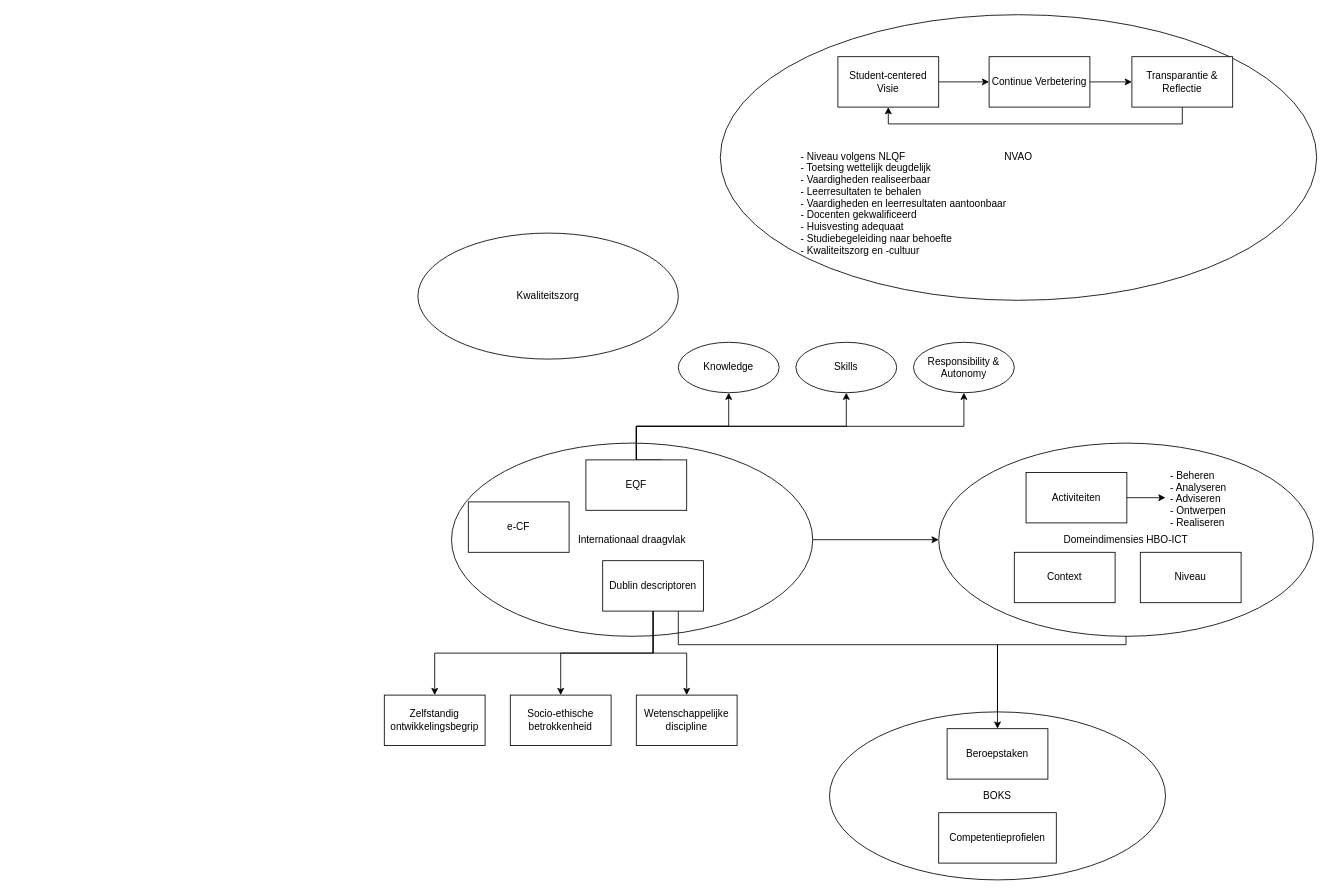
Above: BDB.drawio in wieberinsma/bdb-drawio (draw.io), before the change. Source tidied: cells renumbered, new cells numbered last; positions are measured from the earlier drawing's top-left corner, leaving out a move shared by most shapes. Both pictures are drawn from the tidied source at 84%, with x=0, y=0 at pixel (384, 14).
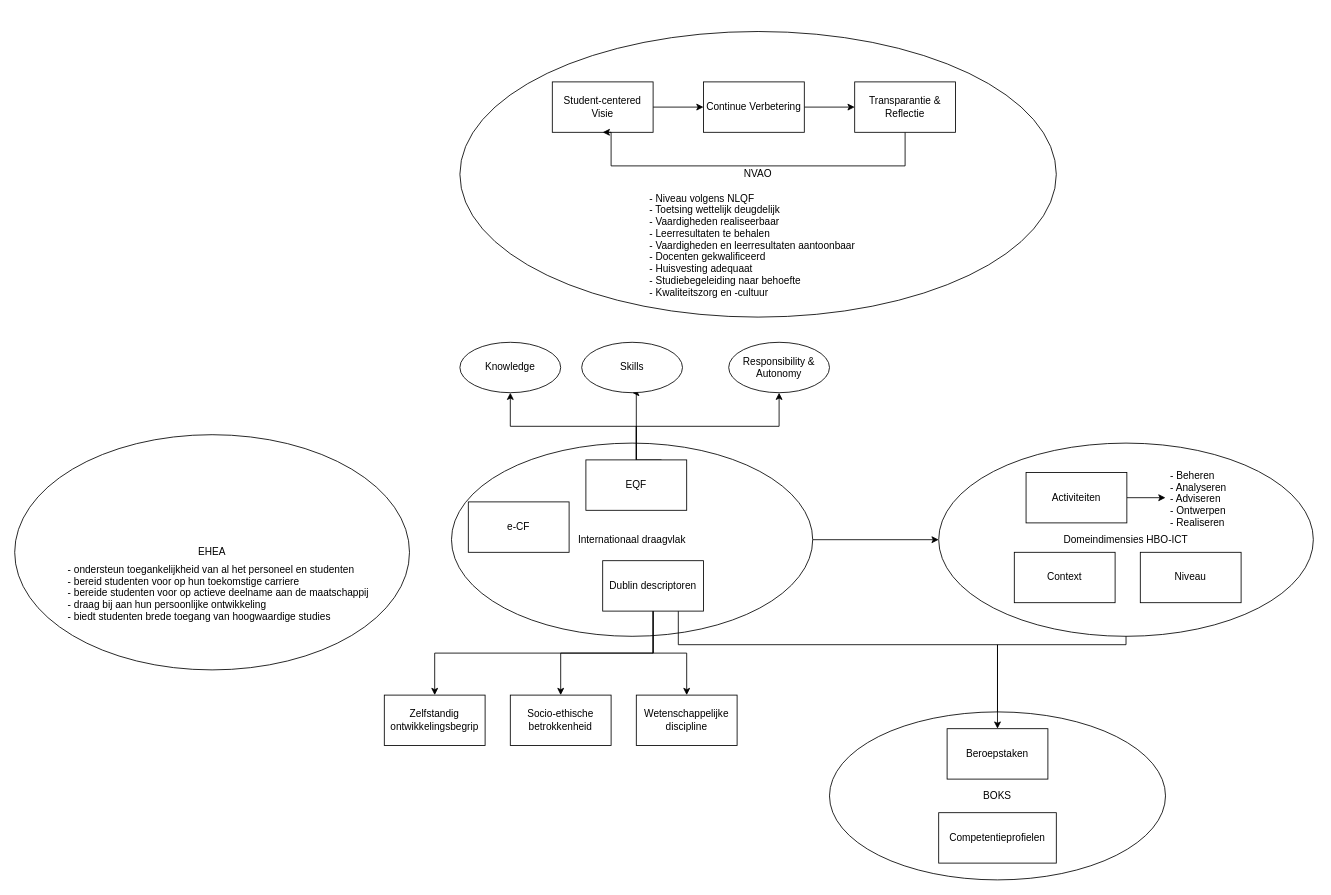
Above is the later version.

Unchanged cells that the change refers to:
```xml
<mxCell id="16" value="EQF" style="rounded=0;whiteSpace=wrap;html=1;" parent="1" vertex="1">
  <mxGeometry x="240" y="530" width="120" height="60" as="geometry" />
</mxCell>
```

Change to the diagram source:
```diff
@@
     <mxCell id="2" value="NVAO" style="ellipse;whiteSpace=wrap;html=1;" parent="1" vertex="1">
-      <mxGeometry x="400" width="710" height="340" as="geometry" />
+      <mxGeometry x="90" y="20" width="710" height="340" as="geometry" />
     </mxCell>
-    <mxCell id="3" value="&lt;div&gt;Kwaliteitszorg&lt;/div&gt;" style="ellipse;whiteSpace=wrap;html=1;" parent="1" vertex="1">
-      <mxGeometry x="40" y="260" width="310" height="150" as="geometry" />
-    </mxCell>
@@
     <mxCell id="5" value="Student-centered Visie" style="rounded=0;whiteSpace=wrap;html=1;" parent="1" vertex="1">
-      <mxGeometry x="540" y="50" width="120" height="60" as="geometry" />
+      <mxGeometry x="200" y="80" width="120" height="60" as="geometry" />
     </mxCell>
     <mxCell id="6" style="edgeStyle=orthogonalEdgeStyle;rounded=0;jettySize=auto;html=1;entryX=0.5;entryY=1;entryDx=0;entryDy=0;" parent="1" edge="1" source="7" target="5">
       <mxGeometry relative="1" as="geometry">
         <Array as="points">
-          <mxPoint x="950" y="130" />
-          <mxPoint x="600" y="130" />
+          <mxPoint x="620" y="180" />
+          <mxPoint x="270" y="180" />
         </Array>
       </mxGeometry>
     </mxCell>
     <mxCell id="7" value="Transparantie &amp;amp; Reflectie" style="rounded=0;whiteSpace=wrap;html=1;" parent="1" vertex="1">
-      <mxGeometry x="890" y="50" width="120" height="60" as="geometry" />
+      <mxGeometry x="560" y="80" width="120" height="60" as="geometry" />
     </mxCell>
@@
     <mxCell id="9" value="Continue Verbetering" style="rounded=0;whiteSpace=wrap;html=1;" parent="1" vertex="1">
-      <mxGeometry x="720" y="50" width="120" height="60" as="geometry" />
+      <mxGeometry x="380" y="80" width="120" height="60" as="geometry" />
     </mxCell>
     <mxCell id="10" value="- Niveau volgens NLQF&#10;- Toetsing wettelijk deugdelijk&#10;- Vaardigheden realiseerbaar&#10;- Leerresultaten te behalen&#10;- Vaardigheden en leerresultaten aantoonbaar&#10;- Docenten gekwalificeerd&#10;- Huisvesting adequaat&#10;- Studiebegeleiding naar behoefte&#10;- Kwaliteitszorg en -cultuur&#10;&#10;&#10;&#10;&#10;" style="text;strokeColor=none;fillColor=none;align=left;verticalAlign=middle;spacingLeft=4;spacingRight=4;overflow=hidden;fontStyle=0;" parent="1" vertex="1">
-      <mxGeometry x="490" y="160" width="260" height="130" as="geometry" />
+      <mxGeometry x="310" y="210" width="260" height="130" as="geometry" />
     </mxCell>
@@
     <mxCell id="13" style="edgeStyle=orthogonalEdgeStyle;rounded=0;jettySize=auto;html=1;" parent="1" edge="1" source="16" target="36">
-      <mxGeometry relative="1" as="geometry" />
+      <mxGeometry relative="1" as="geometry">
+        <Array as="points">
+          <mxPoint x="300" y="490" />
+          <mxPoint x="150" y="490" />
+        </Array>
+      </mxGeometry>
     </mxCell>
     <mxCell id="14" style="edgeStyle=orthogonalEdgeStyle;rounded=0;jettySize=auto;html=1;" parent="1" edge="1" source="16" target="38">
       <mxGeometry relative="1" as="geometry">
         <Array as="points">
           <mxPoint x="300" y="490" />
-          <mxPoint x="690" y="490" />
+          <mxPoint x="470" y="490" />
         </Array>
       </mxGeometry>
     </mxCell>
     <mxCell id="15" style="edgeStyle=orthogonalEdgeStyle;rounded=0;jettySize=auto;html=1;exitX=0.75;exitY=0;exitDx=0;exitDy=0;entryX=0.5;entryY=1;entryDx=0;entryDy=0;" parent="1" edge="1" source="16" target="37">
       <mxGeometry relative="1" as="geometry">
         <Array as="points">
           <mxPoint x="300" y="530" />
-          <mxPoint x="300" y="490" />
-          <mxPoint x="550" y="490" />
+          <mxPoint x="300" y="450" />
         </Array>
       </mxGeometry>
     </mxCell>
@@
     <mxCell id="36" value="Knowledge" style="ellipse;whiteSpace=wrap;html=1;rounded=0;" parent="1" vertex="1">
-      <mxGeometry x="350" y="390" width="120" height="60" as="geometry" />
+      <mxGeometry x="90" y="390" width="120" height="60" as="geometry" />
     </mxCell>
     <mxCell id="37" value="Skills" style="ellipse;whiteSpace=wrap;html=1;rounded=0;" parent="1" vertex="1">
-      <mxGeometry x="490" y="390" width="120" height="60" as="geometry" />
+      <mxGeometry x="235" y="390" width="120" height="60" as="geometry" />
     </mxCell>
     <mxCell id="38" value="Responsibility &amp;amp; Autonomy" style="ellipse;whiteSpace=wrap;html=1;rounded=0;" parent="1" vertex="1">
-      <mxGeometry x="630" y="390" width="120" height="60" as="geometry" />
+      <mxGeometry x="410" y="390" width="120" height="60" as="geometry" />
     </mxCell>
+    <mxCell id="39" value="EHEA" style="ellipse;whiteSpace=wrap;html=1;" parent="1" vertex="1">
+      <mxGeometry x="-440" y="500" width="470" height="280" as="geometry" />
+    </mxCell>
+    <mxCell id="40" value="- ondersteun toegankelijkheid van al het personeel en studenten&#10;- bereid studenten voor op hun toekomstige carriere &#10;- bereide studenten voor op actieve deelname aan de maatschappij&#10;- draag bij aan hun persoonlijke ontwikkeling&#10;- biedt studenten brede toegang van hoogwaardige studies&#10;" style="text;strokeColor=none;fillColor=none;align=left;verticalAlign=middle;spacingLeft=4;spacingRight=4;overflow=hidden;fontStyle=0;" parent="1" vertex="1">
+      <mxGeometry x="-382.5" y="630" width="405" height="130" as="geometry" />
+    </mxCell>
```
